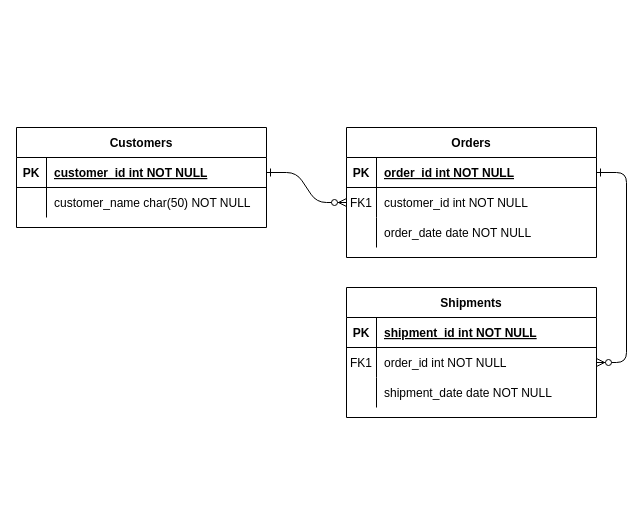
The draw.io diagram doc/Blogging.drawio in NoTengoBattery/blog-rails, before the edit. Source tidied: cells renumbered, new cells numbered last; positions are measured from the earlier drawing's top-left corner, leaving out a move shared by most shapes. Both pictures are drawn from the tidied source at 100%, with x=0, y=0 at pixel (16, 127).
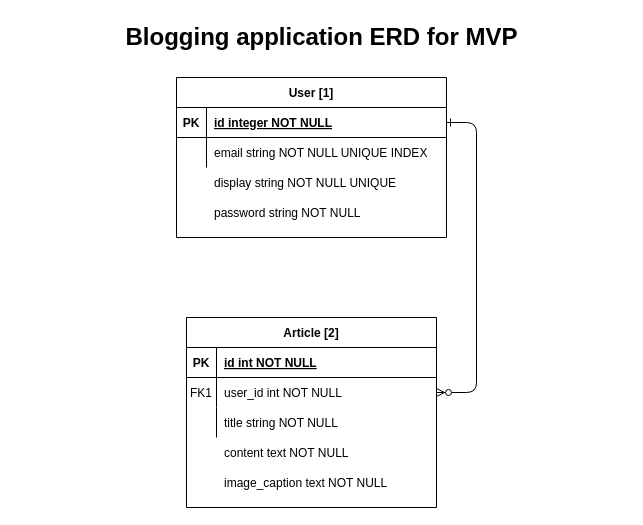
Above is the later version.

Unchanged cells that the change refers to:
```xml
<mxCell id="5" style="shape=partialRectangle;fillColor=none;points=[[0,0.5],[1,0.5]];portConstraint=eastwest;top=0;left=0;right=0;bottom=1;" parent="4" vertex="1">
  <mxGeometry y="30" width="250" height="30" as="geometry" />
</mxCell>
<mxCell id="8" style="shape=partialRectangle;fillColor=none;points=[[0,0.5],[1,0.5]];portConstraint=eastwest;top=0;left=0;right=0;bottom=0;" parent="4" vertex="1">
  <mxGeometry y="60" width="250" height="30" as="geometry" />
</mxCell>
<mxCell id="11" style="shape=partialRectangle;fillColor=none;top=0;left=0;right=0;bottom=0;" parent="4" vertex="1">
  <mxGeometry y="90" width="250" height="30" as="geometry" />
</mxCell>
```

What changed in the source:
```diff
@@
-    <mxCell id="3" style="edgeStyle=entityRelationEdgeStyle;endArrow=ERzeroToMany;startArrow=ERone;endFill=1;startFill=0;" parent="1" edge="1" source="5" target="18">
-      <mxGeometry relative="1" as="geometry" />
-    </mxCell>
-    <mxCell id="4" value="Orders" style="shape=table;startSize=30;childLayout=tableLayout;rowLines=0;fontStyle=1;align=center;" parent="1" vertex="1">
-      <mxGeometry x="330" width="250" height="130" as="geometry" />
+    <mxCell id="4" value="Article [2]" style="shape=table;startSize=30;childLayout=tableLayout;rowLines=0;fontStyle=1;align=center;" parent="1" vertex="1">
+      <mxGeometry x="170" y="190" width="250" height="190" as="geometry" />
     </mxCell>
@@
-    <mxCell id="7" value="order_id int NOT NULL " style="shape=partialRectangle;overflow=hidden;fillColor=none;top=0;left=0;bottom=0;right=0;align=left;spacingLeft=6;fontStyle=5;" parent="5" vertex="1">
+    <mxCell id="7" value="id int NOT NULL " style="shape=partialRectangle;overflow=hidden;fillColor=none;top=0;left=0;bottom=0;right=0;align=left;spacingLeft=6;fontStyle=5;" parent="5" vertex="1">
       <mxGeometry x="30" width="220" height="30" as="geometry" />
     </mxCell>
@@
-    <mxCell id="10" value="customer_id int NOT NULL" style="shape=partialRectangle;overflow=hidden;fillColor=none;top=0;left=0;bottom=0;right=0;align=left;spacingLeft=6;" parent="8" vertex="1">
+    <mxCell id="10" value="user_id int NOT NULL" style="shape=partialRectangle;overflow=hidden;fillColor=none;top=0;left=0;bottom=0;right=0;align=left;spacingLeft=6;" parent="8" vertex="1">
       <mxGeometry x="30" width="220" height="30" as="geometry" />
     </mxCell>
@@
-    <mxCell id="13" value="order_date date NOT NULL" style="shape=partialRectangle;overflow=hidden;fillColor=none;top=0;left=0;bottom=0;right=0;align=left;spacingLeft=6;" parent="11" vertex="1">
+    <mxCell id="13" value="title string NOT NULL" style="shape=partialRectangle;overflow=hidden;fillColor=none;top=0;left=0;bottom=0;right=0;align=left;spacingLeft=6;" parent="11" vertex="1">
       <mxGeometry x="30" width="220" height="30" as="geometry" />
     </mxCell>
-    <mxCell id="14" value="Shipments" style="shape=table;startSize=30;childLayout=tableLayout;rowLines=0;fontStyle=1;align=center;" parent="1" vertex="1">
-      <mxGeometry x="330" y="160" width="250" height="130" as="geometry" />
-    </mxCell>
-    <mxCell id="15" style="shape=partialRectangle;fillColor=none;top=0;left=0;right=0;bottom=1;" parent="14" vertex="1">
-      <mxGeometry y="30" width="250" height="30" as="geometry" />
-    </mxCell>
-    <mxCell id="16" value="PK" style="shape=partialRectangle;overflow=hidden;fillColor=none;top=0;left=0;bottom=0;right=0;fontStyle=1;" parent="15" vertex="1">
-      <mxGeometry width="30" height="30" as="geometry" />
-    </mxCell>
-    <mxCell id="17" value="shipment_id int NOT NULL " style="shape=partialRectangle;overflow=hidden;fillColor=none;top=0;left=0;bottom=0;right=0;align=left;spacingLeft=6;fontStyle=5;" parent="15" vertex="1">
-      <mxGeometry x="30" width="220" height="30" as="geometry" />
-    </mxCell>
-    <mxCell id="18" style="shape=partialRectangle;fillColor=none;points=[[0,0.5],[1,0.5]];portConstraint=eastwest;top=0;left=0;right=0;bottom=0;" parent="14" vertex="1">
-      <mxGeometry y="60" width="250" height="30" as="geometry" />
-    </mxCell>
-    <mxCell id="19" value="FK1" style="shape=partialRectangle;overflow=hidden;fillColor=none;top=0;left=0;bottom=0;right=0;" parent="18" vertex="1">
-      <mxGeometry width="30" height="30" as="geometry" />
-    </mxCell>
-    <mxCell id="20" value="order_id int NOT NULL" style="shape=partialRectangle;overflow=hidden;fillColor=none;top=0;left=0;bottom=0;right=0;align=left;spacingLeft=6;" parent="18" vertex="1">
-      <mxGeometry x="30" width="220" height="30" as="geometry" />
-    </mxCell>
-    <mxCell id="21" style="shape=partialRectangle;fillColor=none;top=0;left=0;right=0;bottom=0;" parent="14" vertex="1">
-      <mxGeometry y="90" width="250" height="30" as="geometry" />
-    </mxCell>
-    <mxCell id="22" style="shape=partialRectangle;overflow=hidden;fillColor=none;top=0;left=0;bottom=0;right=0;" parent="21" vertex="1">
-      <mxGeometry width="30" height="30" as="geometry" />
-    </mxCell>
-    <mxCell id="23" value="shipment_date date NOT NULL" style="shape=partialRectangle;overflow=hidden;fillColor=none;top=0;left=0;bottom=0;right=0;align=left;spacingLeft=6;" parent="21" vertex="1">
-      <mxGeometry x="30" width="220" height="30" as="geometry" />
-    </mxCell>
-    <mxCell id="24" value="Customers" style="shape=table;startSize=30;childLayout=tableLayout;rowLines=0;fontStyle=1;align=center;" parent="1" vertex="1">
-      <mxGeometry width="250" height="100" as="geometry" />
+    <mxCell id="24" value="User [1]" style="shape=table;startSize=30;childLayout=tableLayout;rowLines=0;fontStyle=1;align=center;" parent="1" vertex="1">
+      <mxGeometry x="160" y="-50" width="270" height="160" as="geometry" />
     </mxCell>
     <mxCell id="25" style="shape=partialRectangle;fillColor=none;points=[[0,0.5],[1,0.5]];portConstraint=eastwest;top=0;left=0;right=0;bottom=1;" parent="24" vertex="1">
-      <mxGeometry y="30" width="250" height="30" as="geometry" />
+      <mxGeometry y="30" width="270" height="30" as="geometry" />
     </mxCell>
@@
-    <mxCell id="27" value="customer_id int NOT NULL " style="shape=partialRectangle;overflow=hidden;fillColor=none;top=0;left=0;bottom=0;right=0;align=left;spacingLeft=6;fontStyle=5;" parent="25" vertex="1">
-      <mxGeometry x="30" width="220" height="30" as="geometry" />
+    <mxCell id="27" value="id integer NOT NULL " style="shape=partialRectangle;overflow=hidden;fillColor=none;top=0;left=0;bottom=0;right=0;align=left;spacingLeft=6;fontStyle=5;" parent="25" vertex="1">
+      <mxGeometry x="30" width="240" height="30" as="geometry" />
     </mxCell>
     <mxCell id="28" style="shape=partialRectangle;fillColor=none;top=0;left=0;right=0;bottom=0;" parent="24" vertex="1">
-      <mxGeometry y="60" width="250" height="30" as="geometry" />
+      <mxGeometry y="60" width="270" height="30" as="geometry" />
     </mxCell>
@@
-    <mxCell id="30" value="customer_name char(50) NOT NULL" style="shape=partialRectangle;overflow=hidden;fillColor=none;top=0;left=0;bottom=0;right=0;align=left;spacingLeft=6;" parent="28" vertex="1">
-      <mxGeometry x="30" width="220" height="30" as="geometry" />
+    <mxCell id="30" value="email string NOT NULL UNIQUE INDEX" style="shape=partialRectangle;overflow=hidden;fillColor=none;top=0;left=0;bottom=0;right=0;align=left;spacingLeft=6;" parent="28" vertex="1">
+      <mxGeometry x="30" width="240" height="30" as="geometry" />
     </mxCell>
+    <mxCell id="31" value="Blogging application ERD for MVP" style="text;strokeColor=none;fillColor=none;html=1;fontSize=24;fontStyle=1;verticalAlign=middle;align=center;" parent="1" vertex="1">
+      <mxGeometry x="255" y="-110" width="100" height="40" as="geometry" />
+    </mxCell>
+    <mxCell id="32" style="shape=partialRectangle;fillColor=none;top=0;left=0;right=0;bottom=0;" parent="1" vertex="1">
+      <mxGeometry x="160" y="40" width="270" height="30" as="geometry" />
+    </mxCell>
+    <mxCell id="33" style="shape=partialRectangle;overflow=hidden;fillColor=none;top=0;left=0;bottom=0;right=0;" parent="32" vertex="1">
+      <mxGeometry width="30" height="30" as="geometry" />
+    </mxCell>
+    <mxCell id="34" value="display string NOT NULL UNIQUE" style="shape=partialRectangle;overflow=hidden;fillColor=none;top=0;left=0;bottom=0;right=0;align=left;spacingLeft=6;" parent="32" vertex="1">
+      <mxGeometry x="30" width="240" height="30" as="geometry" />
+    </mxCell>
+    <mxCell id="35" style="shape=partialRectangle;fillColor=none;top=0;left=0;right=0;bottom=0;" parent="1" vertex="1">
+      <mxGeometry x="160" y="70" width="270" height="30" as="geometry" />
+    </mxCell>
+    <mxCell id="36" style="shape=partialRectangle;overflow=hidden;fillColor=none;top=0;left=0;bottom=0;right=0;" parent="35" vertex="1">
+      <mxGeometry width="30" height="30" as="geometry" />
+    </mxCell>
+    <mxCell id="37" value="password string NOT NULL" style="shape=partialRectangle;overflow=hidden;fillColor=none;top=0;left=0;bottom=0;right=0;align=left;spacingLeft=6;" parent="35" vertex="1">
+      <mxGeometry x="30" width="240" height="30" as="geometry" />
+    </mxCell>
+    <mxCell id="38" style="shape=partialRectangle;fillColor=none;top=0;left=0;right=0;bottom=0;" parent="1" vertex="1">
+      <mxGeometry x="170" y="310" width="250" height="30" as="geometry" />
+    </mxCell>
+    <mxCell id="39" style="shape=partialRectangle;overflow=hidden;fillColor=none;top=0;left=0;bottom=0;right=0;" parent="38" vertex="1">
+      <mxGeometry width="30" height="30" as="geometry" />
+    </mxCell>
+    <mxCell id="40" value="content text NOT NULL" style="shape=partialRectangle;overflow=hidden;fillColor=none;top=0;left=0;bottom=0;right=0;align=left;spacingLeft=6;" parent="38" vertex="1">
+      <mxGeometry x="30" width="220" height="30" as="geometry" />
+    </mxCell>
+    <mxCell id="41" style="shape=partialRectangle;fillColor=none;top=0;left=0;right=0;bottom=0;" parent="1" vertex="1">
+      <mxGeometry x="170" y="340" width="250" height="30" as="geometry" />
+    </mxCell>
+    <mxCell id="42" style="shape=partialRectangle;overflow=hidden;fillColor=none;top=0;left=0;bottom=0;right=0;" parent="41" vertex="1">
+      <mxGeometry width="30" height="30" as="geometry" />
+    </mxCell>
+    <mxCell id="43" value="image_caption text NOT NULL" style="shape=partialRectangle;overflow=hidden;fillColor=none;top=0;left=0;bottom=0;right=0;align=left;spacingLeft=6;" parent="41" vertex="1">
+      <mxGeometry x="30" width="220" height="30" as="geometry" />
+    </mxCell>
```
